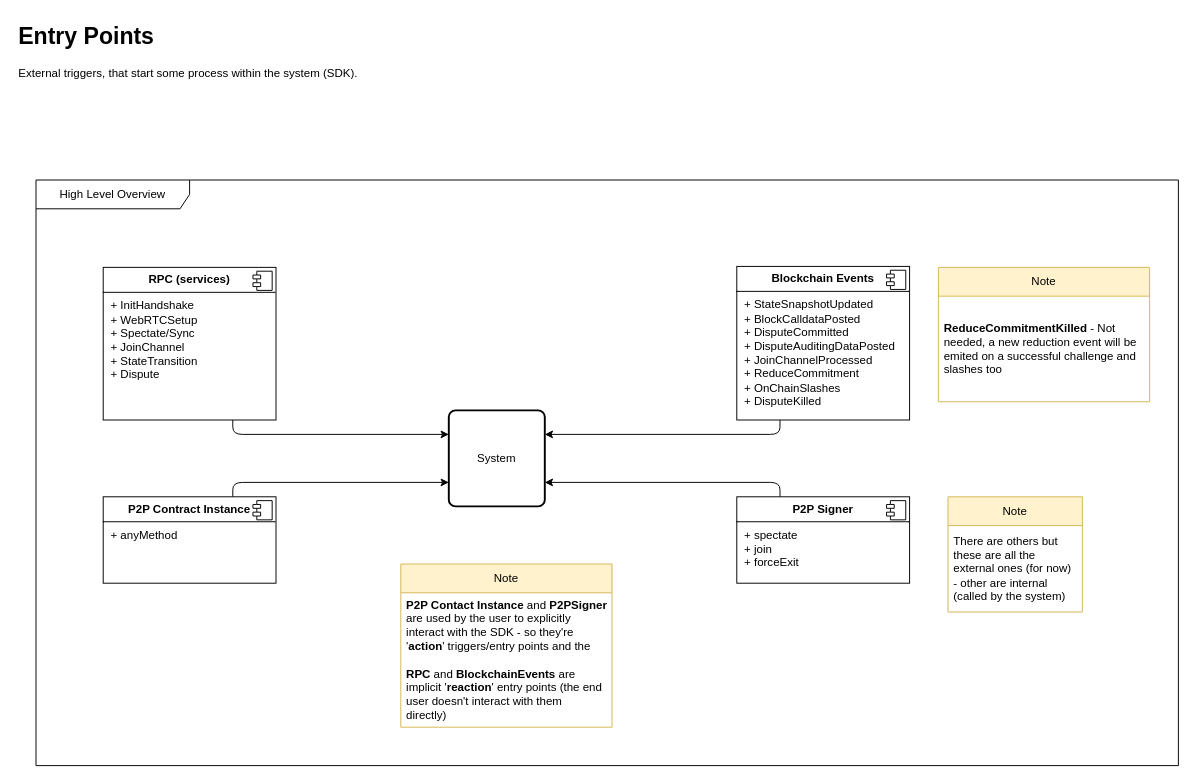
Before: page "Entry Points" (6 of 9) of diagrams/sdk.drawio in peer3to/state-channels-plus, a draw.io diagram. Source tidied: cells renumbered, new cells numbered last; positions are measured from the earlier drawing's top-left corner, leaving out a move shared by most shapes. Both pictures are drawn from the tidied source at 96%, with x=0, y=0 at pixel (16, 16).
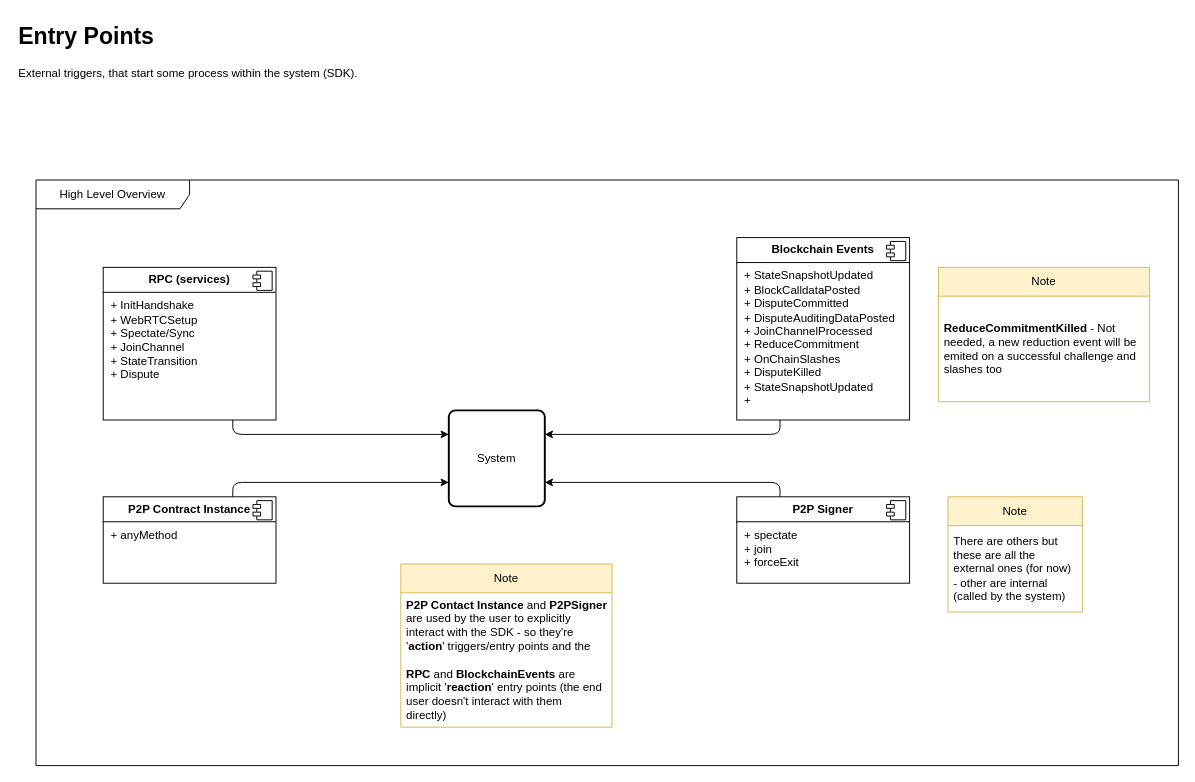
The same page after the edit.

Commit message:
Diagrams - extension forgot to save changes...

The change refers to these unchanged cells:
```xml
<mxCell id="2" value="High Level Overview" style="shape=umlFrame;whiteSpace=wrap;html=1;width=160;" parent="1" vertex="1">
  <mxGeometry x="20" y="170" width="1190" height="610" as="geometry" />
</mxCell>
```

What changed in the source:
```diff
@@
-    <mxCell id="7" value="&lt;p style=&quot;margin:0px;margin-top:6px;text-align:center;&quot;&gt;&lt;b&gt;Blockchain Events&lt;/b&gt;&lt;/p&gt;&lt;hr size=&quot;1&quot; style=&quot;border-style:solid;&quot;&gt;&lt;p style=&quot;margin:0px;margin-left:8px;&quot;&gt;+ StateSnapshotUpdated&lt;br&gt;+ BlockCalldataPosted&lt;/p&gt;&lt;p style=&quot;margin:0px;margin-left:8px;&quot;&gt;+ DisputeCommitted&lt;/p&gt;&lt;p style=&quot;margin:0px;margin-left:8px;&quot;&gt;+ DisputeAuditingDataPosted&lt;/p&gt;&lt;p style=&quot;margin:0px;margin-left:8px;&quot;&gt;+ JoinChannelProcessed&lt;/p&gt;&lt;p style=&quot;margin:0px;margin-left:8px;&quot;&gt;+ ReduceCommitment&lt;/p&gt;&lt;p style=&quot;margin:0px;margin-left:8px;&quot;&gt;+ OnChainSlashes&lt;/p&gt;&lt;p style=&quot;margin:0px;margin-left:8px;&quot;&gt;+ DisputeKilled&lt;/p&gt;" style="align=left;overflow=fill;html=1;whiteSpace=wrap;" parent="2" vertex="1">
-      <mxGeometry x="730" y="90" width="180" height="160" as="geometry" />
+    <mxCell id="7" value="&lt;p style=&quot;margin:0px;margin-top:6px;text-align:center;&quot;&gt;&lt;b&gt;Blockchain Events&lt;/b&gt;&lt;/p&gt;&lt;hr size=&quot;1&quot; style=&quot;border-style:solid;&quot;&gt;&lt;p style=&quot;margin:0px;margin-left:8px;&quot;&gt;+ StateSnapshotUpdated&lt;br&gt;+ BlockCalldataPosted&lt;/p&gt;&lt;p style=&quot;margin:0px;margin-left:8px;&quot;&gt;+ DisputeCommitted&lt;/p&gt;&lt;p style=&quot;margin:0px;margin-left:8px;&quot;&gt;+ DisputeAuditingDataPosted&lt;/p&gt;&lt;p style=&quot;margin:0px;margin-left:8px;&quot;&gt;+ JoinChannelProcessed&lt;/p&gt;&lt;p style=&quot;margin:0px;margin-left:8px;&quot;&gt;+ ReduceCommitment&lt;/p&gt;&lt;p style=&quot;margin:0px;margin-left:8px;&quot;&gt;+ OnChainSlashes&lt;/p&gt;&lt;p style=&quot;margin:0px;margin-left:8px;&quot;&gt;+ DisputeKilled&lt;/p&gt;&lt;p style=&quot;margin:0px;margin-left:8px;&quot;&gt;+ StateSnapshotUpdated&lt;br&gt;+&lt;/p&gt;" style="align=left;overflow=fill;html=1;whiteSpace=wrap;" parent="2" vertex="1">
+      <mxGeometry x="730" y="60" width="180" height="190" as="geometry" />
     </mxCell>
```
